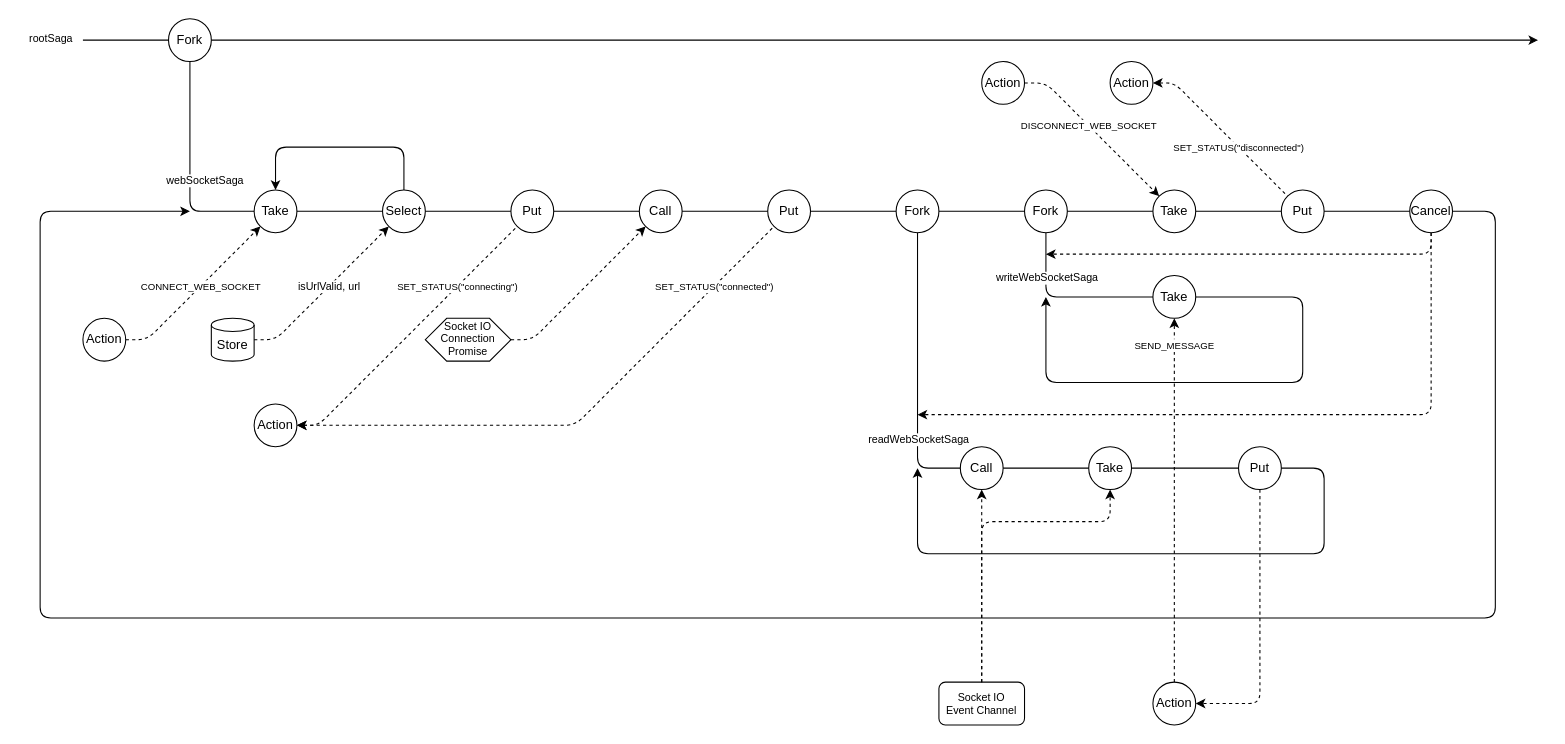
Earlier version of the draw.io diagram Documents/redux-saga.drawio (ByunghanYoo/RIBsTreeViewer). Source tidied: cells renumbered, new cells numbered last; positions are measured from the earlier drawing's top-left corner, leaving out a move shared by most shapes. Both pictures are drawn from the tidied source at 107%, with x=0, y=0 at pixel (18, 18).
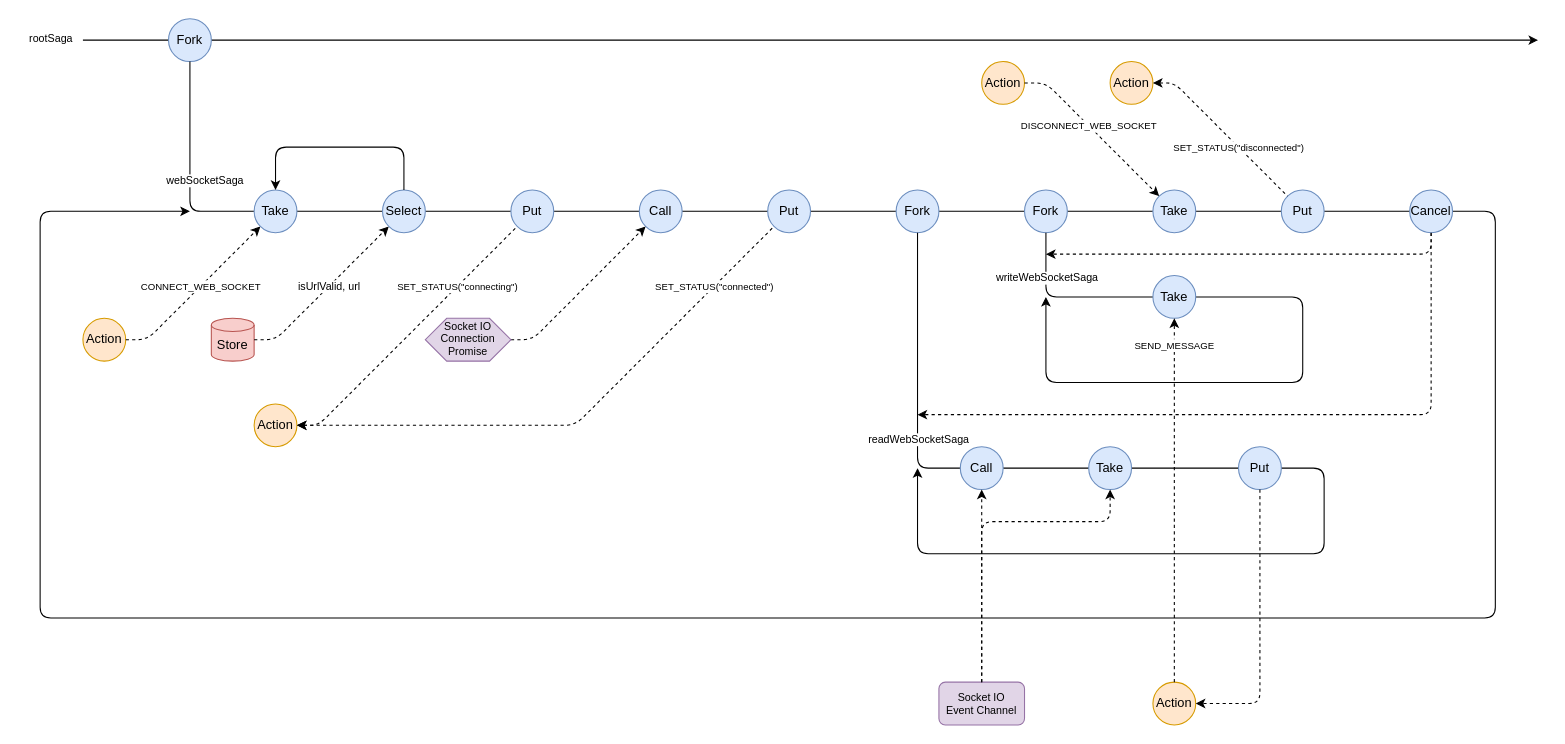
Above is the later version.

What changed in the source:
```diff
@@
-    <mxCell id="3" value="Fork" style="ellipse;whiteSpace=wrap;html=1;" parent="1" vertex="1">
+    <mxCell id="3" value="Fork" style="ellipse;whiteSpace=wrap;html=1;fillColor=#dae8fc;strokeColor=#6c8ebf;" parent="1" vertex="1">
       <mxGeometry x="140" width="40" height="40" as="geometry" />
     </mxCell>
@@
-    <mxCell id="6" value="Store" style="shape=cylinder3;whiteSpace=wrap;html=1;boundedLbl=1;backgroundOutline=1;size=6.142857142856997;" parent="1" vertex="1">
+    <mxCell id="6" value="Store" style="shape=cylinder3;whiteSpace=wrap;html=1;boundedLbl=1;backgroundOutline=1;size=6.142857142856997;fillColor=#f8cecc;strokeColor=#b85450;" parent="1" vertex="1">
       <mxGeometry x="180" y="280" width="40" height="40" as="geometry" />
     </mxCell>
-    <mxCell id="7" value="Action" style="ellipse;whiteSpace=wrap;html=1;" parent="1" vertex="1">
+    <mxCell id="7" value="Action" style="ellipse;whiteSpace=wrap;html=1;fillColor=#ffe6cc;strokeColor=#d79b00;" parent="1" vertex="1">
       <mxGeometry x="60" y="280" width="40" height="40" as="geometry" />
     </mxCell>
@@
-    <mxCell id="9" value="Take" style="ellipse;whiteSpace=wrap;html=1;" parent="1" vertex="1">
+    <mxCell id="9" value="Take" style="ellipse;whiteSpace=wrap;html=1;fillColor=#dae8fc;strokeColor=#6c8ebf;" parent="1" vertex="1">
       <mxGeometry x="220" y="160" width="40" height="40" as="geometry" />
     </mxCell>
@@
-    <mxCell id="11" value="Select" style="ellipse;whiteSpace=wrap;html=1;" parent="1" vertex="1">
+    <mxCell id="11" value="Select" style="ellipse;whiteSpace=wrap;html=1;fillColor=#dae8fc;strokeColor=#6c8ebf;" parent="1" vertex="1">
       <mxGeometry x="340" y="160" width="40" height="40" as="geometry" />
     </mxCell>
-    <mxCell id="12" value="Fork" style="ellipse;whiteSpace=wrap;html=1;" parent="1" vertex="1">
+    <mxCell id="12" value="Fork" style="ellipse;whiteSpace=wrap;html=1;fillColor=#dae8fc;strokeColor=#6c8ebf;" parent="1" vertex="1">
       <mxGeometry x="820" y="160" width="40" height="40" as="geometry" />
     </mxCell>
@@
-    <mxCell id="14" value="Call" style="ellipse;whiteSpace=wrap;html=1;" parent="1" vertex="1">
+    <mxCell id="14" value="Call" style="ellipse;whiteSpace=wrap;html=1;fillColor=#dae8fc;strokeColor=#6c8ebf;" parent="1" vertex="1">
       <mxGeometry x="580" y="160" width="40" height="40" as="geometry" />
     </mxCell>
@@
-    <mxCell id="16" value="Put" style="ellipse;whiteSpace=wrap;html=1;" parent="1" vertex="1">
+    <mxCell id="16" value="Put" style="ellipse;whiteSpace=wrap;html=1;fillColor=#dae8fc;strokeColor=#6c8ebf;" parent="1" vertex="1">
       <mxGeometry x="460" y="160" width="40" height="40" as="geometry" />
     </mxCell>
-    <mxCell id="17" value="&lt;span&gt;Socket IO&lt;/span&gt;&lt;br&gt;&lt;span&gt;Connection&lt;br&gt;Promise&lt;br&gt;&lt;/span&gt;" style="shape=hexagon;perimeter=hexagonPerimeter2;whiteSpace=wrap;html=1;fixedSize=1;fontSize=10;spacingTop=-2;" parent="1" vertex="1">
+    <mxCell id="17" value="&lt;span&gt;Socket IO&lt;/span&gt;&lt;br&gt;&lt;span&gt;Connection&lt;br&gt;Promise&lt;br&gt;&lt;/span&gt;" style="shape=hexagon;perimeter=hexagonPerimeter2;whiteSpace=wrap;html=1;fixedSize=1;fontSize=10;spacingTop=-2;fillColor=#e1d5e7;strokeColor=#9673a6;" parent="1" vertex="1">
       <mxGeometry x="380" y="280" width="80" height="40" as="geometry" />
     </mxCell>
-    <mxCell id="18" value="Action" style="ellipse;whiteSpace=wrap;html=1;" parent="1" vertex="1">
+    <mxCell id="18" value="Action" style="ellipse;whiteSpace=wrap;html=1;fillColor=#ffe6cc;strokeColor=#d79b00;" parent="1" vertex="1">
       <mxGeometry x="220" y="360" width="40" height="40" as="geometry" />
     </mxCell>
@@
-    <mxCell id="20" value="Put" style="ellipse;whiteSpace=wrap;html=1;" parent="1" vertex="1">
+    <mxCell id="20" value="Put" style="ellipse;whiteSpace=wrap;html=1;fillColor=#dae8fc;strokeColor=#6c8ebf;" parent="1" vertex="1">
       <mxGeometry x="700" y="160" width="40" height="40" as="geometry" />
     </mxCell>
@@
-    <mxCell id="24" value="Fork" style="ellipse;whiteSpace=wrap;html=1;" parent="1" vertex="1">
+    <mxCell id="24" value="Fork" style="ellipse;whiteSpace=wrap;html=1;fillColor=#dae8fc;strokeColor=#6c8ebf;" parent="1" vertex="1">
       <mxGeometry x="940" y="160" width="40" height="40" as="geometry" />
     </mxCell>
@@
-    <mxCell id="27" value="Action" style="ellipse;whiteSpace=wrap;html=1;" parent="1" vertex="1">
+    <mxCell id="27" value="Action" style="ellipse;whiteSpace=wrap;html=1;fillColor=#ffe6cc;strokeColor=#d79b00;" parent="1" vertex="1">
       <mxGeometry x="900" y="40" width="40" height="40" as="geometry" />
     </mxCell>
@@
-    <mxCell id="29" value="Take" style="ellipse;whiteSpace=wrap;html=1;" parent="1" vertex="1">
+    <mxCell id="29" value="Take" style="ellipse;whiteSpace=wrap;html=1;fillColor=#dae8fc;strokeColor=#6c8ebf;" parent="1" vertex="1">
       <mxGeometry x="1060" y="160" width="40" height="40" as="geometry" />
     </mxCell>
-    <mxCell id="30" value="Put" style="ellipse;whiteSpace=wrap;html=1;" parent="1" vertex="1">
+    <mxCell id="30" value="Put" style="ellipse;whiteSpace=wrap;html=1;fillColor=#dae8fc;strokeColor=#6c8ebf;" parent="1" vertex="1">
       <mxGeometry x="1180" y="160" width="40" height="40" as="geometry" />
     </mxCell>
-    <mxCell id="31" value="Action" style="ellipse;whiteSpace=wrap;html=1;" parent="1" vertex="1">
+    <mxCell id="31" value="Action" style="ellipse;whiteSpace=wrap;html=1;fillColor=#ffe6cc;strokeColor=#d79b00;" parent="1" vertex="1">
       <mxGeometry x="1020" y="40" width="40" height="40" as="geometry" />
     </mxCell>
@@
-    <mxCell id="34" value="Action" style="ellipse;whiteSpace=wrap;html=1;" parent="1" vertex="1">
+    <mxCell id="34" value="Action" style="ellipse;whiteSpace=wrap;html=1;fillColor=#ffe6cc;strokeColor=#d79b00;" parent="1" vertex="1">
       <mxGeometry x="1060" y="620" width="40" height="40" as="geometry" />
     </mxCell>
-    <mxCell id="35" value="Take" style="ellipse;whiteSpace=wrap;html=1;" parent="1" vertex="1">
+    <mxCell id="35" value="Take" style="ellipse;whiteSpace=wrap;html=1;fillColor=#dae8fc;strokeColor=#6c8ebf;" parent="1" vertex="1">
       <mxGeometry x="1060" y="240" width="40" height="40" as="geometry" />
     </mxCell>
@@
-    <mxCell id="37" value="Socket IO&lt;br&gt;Event Channel" style="rounded=1;whiteSpace=wrap;html=1;fontSize=10;" parent="1" vertex="1">
+    <mxCell id="37" value="Socket IO&lt;br&gt;Event Channel" style="rounded=1;whiteSpace=wrap;html=1;fontSize=10;fillColor=#e1d5e7;strokeColor=#9673a6;" parent="1" vertex="1">
       <mxGeometry x="860" y="620" width="80" height="40" as="geometry" />
     </mxCell>
-    <mxCell id="38" value="Call" style="ellipse;whiteSpace=wrap;html=1;" parent="1" vertex="1">
+    <mxCell id="38" value="Call" style="ellipse;whiteSpace=wrap;html=1;fillColor=#dae8fc;strokeColor=#6c8ebf;" parent="1" vertex="1">
       <mxGeometry x="880" y="400" width="40" height="40" as="geometry" />
     </mxCell>
-    <mxCell id="39" value="Take" style="ellipse;whiteSpace=wrap;html=1;" parent="1" vertex="1">
+    <mxCell id="39" value="Take" style="ellipse;whiteSpace=wrap;html=1;fillColor=#dae8fc;strokeColor=#6c8ebf;" parent="1" vertex="1">
       <mxGeometry x="1000" y="400" width="40" height="40" as="geometry" />
     </mxCell>
-    <mxCell id="40" value="Put" style="ellipse;whiteSpace=wrap;html=1;" parent="1" vertex="1">
+    <mxCell id="40" value="Put" style="ellipse;whiteSpace=wrap;html=1;fillColor=#dae8fc;strokeColor=#6c8ebf;" parent="1" vertex="1">
       <mxGeometry x="1140" y="400" width="40" height="40" as="geometry" />
     </mxCell>
@@
-    <mxCell id="45" value="Cancel" style="ellipse;whiteSpace=wrap;html=1;" parent="1" vertex="1">
+    <mxCell id="45" value="Cancel" style="ellipse;whiteSpace=wrap;html=1;fillColor=#dae8fc;strokeColor=#6c8ebf;" parent="1" vertex="1">
       <mxGeometry x="1300" y="160" width="40" height="40" as="geometry" />
     </mxCell>
```
